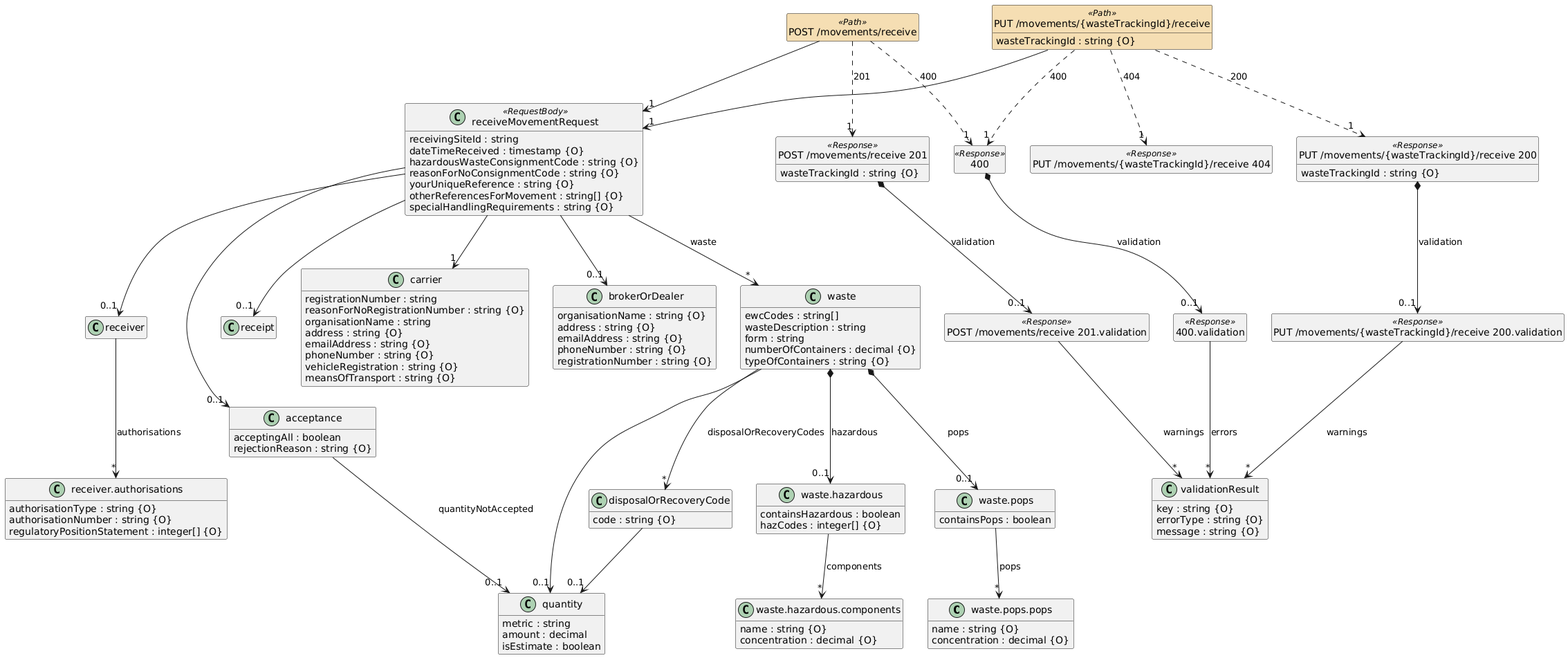
This is docs/defra-spec.png from abeyonalaja/waste-tracking-service, a PlantUML export, as it was before one commit.
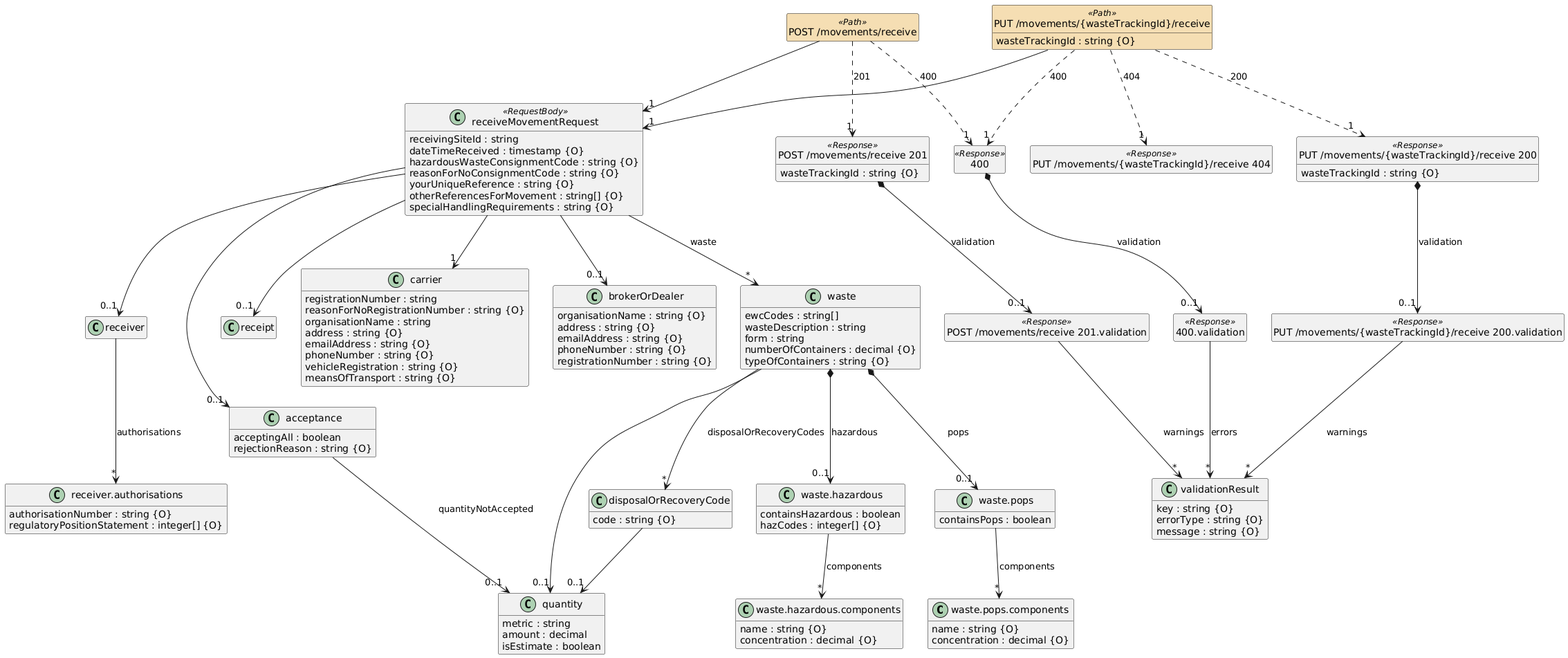
After the commit.

Commit message:
Update DEFRA spec image in documentation

The edit, as a diff of the source:
```diff
@@ -9,7 +9,7 @@
 }
 set namespaceSeparator none
 
-class "waste.pops.pops" {
+class "waste.pops.components" {
   {field} name : string {O}
   {field} concentration : decimal {O}
 }
@@ -61,7 +61,6 @@
 }
 
 class "receiver.authorisations" {
-  {field} authorisationType : string {O}
   {field} authorisationNumber : string {O}
   {field} regulatoryPositionStatement : integer[] {O}
 }
@@ -130,7 +129,7 @@
 
 "waste" --> "0..1" "quantity"
 
-"waste.pops" --> "*" "waste.pops.pops"  :  "pops"
+"waste.pops" --> "*" "waste.pops.components"  :  "components"
 
 "waste" *--> "0..1" "waste.pops"  :  "pops"
 
```
